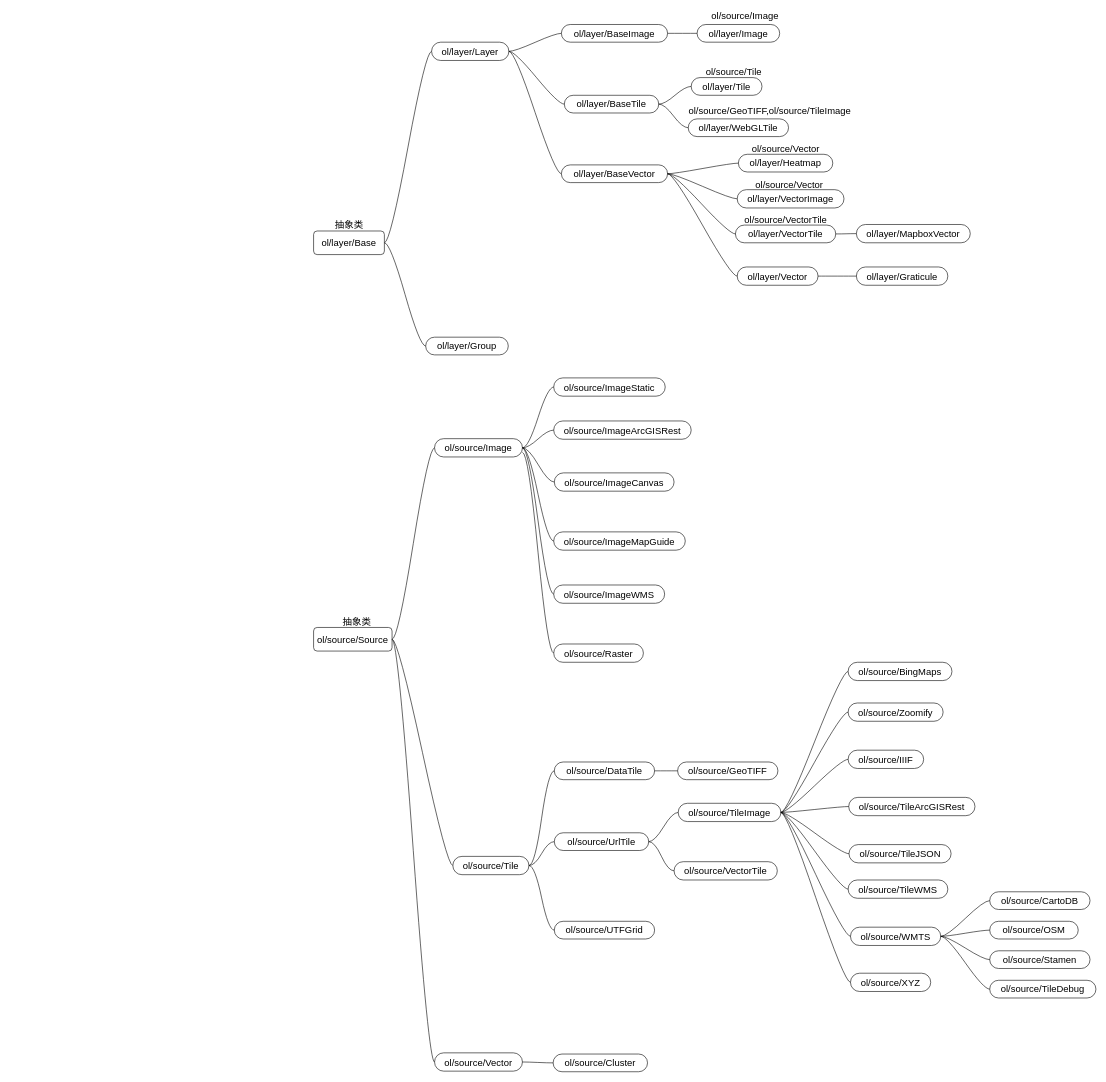
bigbigbig2/mind-map keeps this draw.io diagram as ol7-layer-source.drawio. Above is the earlier version. Source tidied: cells renumbered, new cells numbered last; positions are measured from the earlier drawing's top-left corner, leaving out a move shared by most shapes. Both pictures are drawn from the tidied source at 59%, with x=0, y=0 at pixel (313, 10).
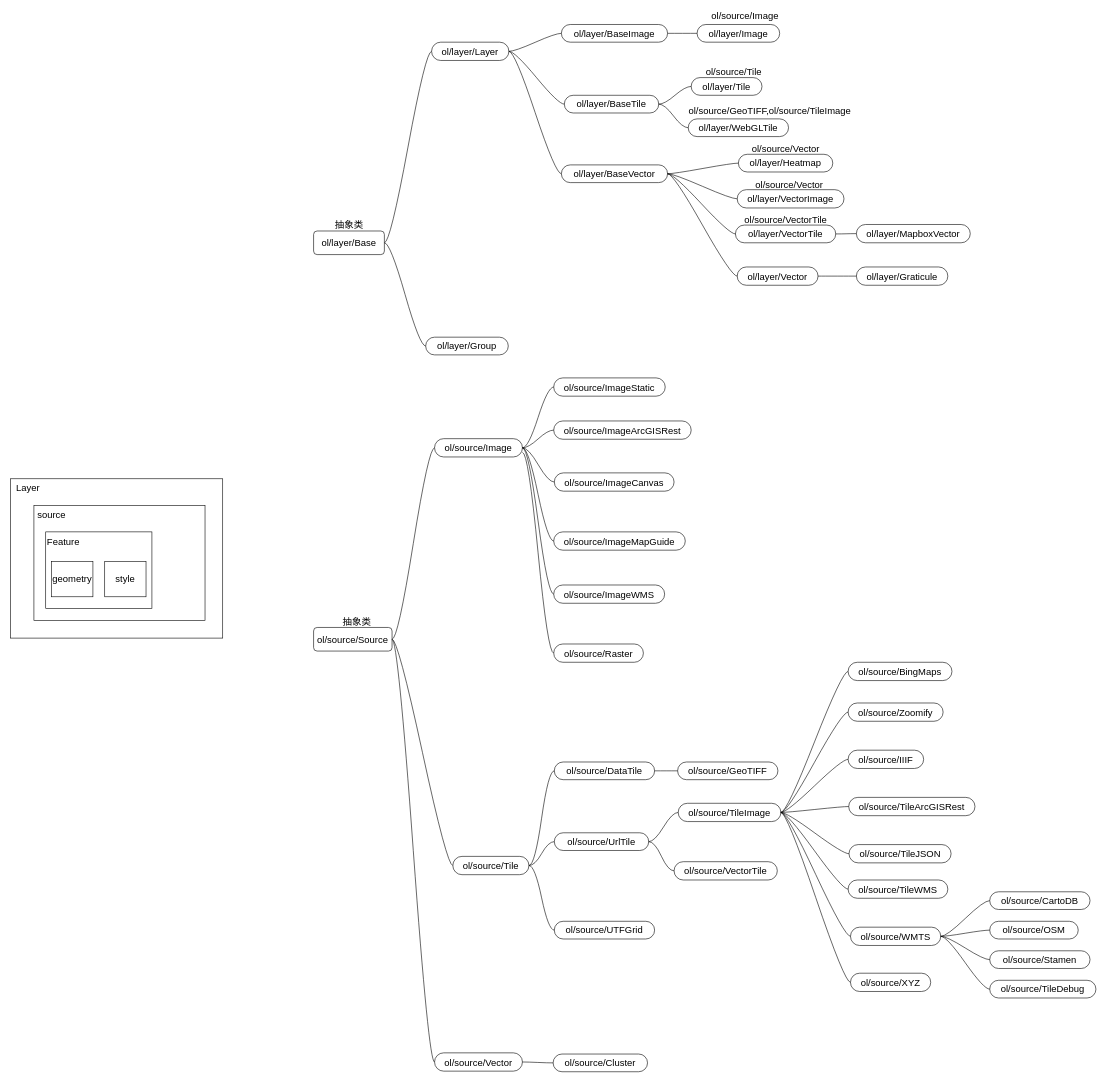
After the change.

Diff of the diagram source:
```diff
@@
+    <mxCell id="98" style="rounded=0;whiteSpace=wrap;html=1;fontSize=16;" parent="1" vertex="1">
+      <mxGeometry x="-514" y="794" width="360" height="270" as="geometry" />
+    </mxCell>
+    <mxCell id="99" style="rounded=0;whiteSpace=wrap;html=1;fontSize=16;" parent="1" vertex="1">
+      <mxGeometry x="-474" y="839.5" width="290" height="194.5" as="geometry" />
+    </mxCell>
+    <mxCell id="100" value="Layer" style="text;html=1;strokeColor=none;fillColor=none;align=center;verticalAlign=middle;whiteSpace=wrap;rounded=0;fontSize=16;" parent="1" vertex="1">
+      <mxGeometry x="-514" y="794" width="60" height="30" as="geometry" />
+    </mxCell>
+    <mxCell id="101" value="source" style="text;html=1;strokeColor=none;fillColor=none;align=center;verticalAlign=middle;whiteSpace=wrap;rounded=0;fontSize=16;" parent="1" vertex="1">
+      <mxGeometry x="-474" y="839.5" width="60" height="30" as="geometry" />
+    </mxCell>
+    <mxCell id="102" style="rounded=0;whiteSpace=wrap;html=1;fontSize=16;" parent="1" vertex="1">
+      <mxGeometry x="-454" y="884" width="180" height="130" as="geometry" />
+    </mxCell>
+    <mxCell id="103" value="Feature" style="text;html=1;strokeColor=none;fillColor=none;align=center;verticalAlign=middle;whiteSpace=wrap;rounded=0;fontSize=16;" parent="1" vertex="1">
+      <mxGeometry x="-454" y="885" width="60" height="30" as="geometry" />
+    </mxCell>
+    <mxCell id="104" value="geometry" style="rounded=0;whiteSpace=wrap;html=1;fontSize=16;" parent="1" vertex="1">
+      <mxGeometry x="-444" y="934" width="70" height="60" as="geometry" />
+    </mxCell>
+    <mxCell id="105" value="style" style="rounded=0;whiteSpace=wrap;html=1;fontSize=16;" parent="1" vertex="1">
+      <mxGeometry x="-354" y="934" width="70" height="60" as="geometry" />
+    </mxCell>
```
